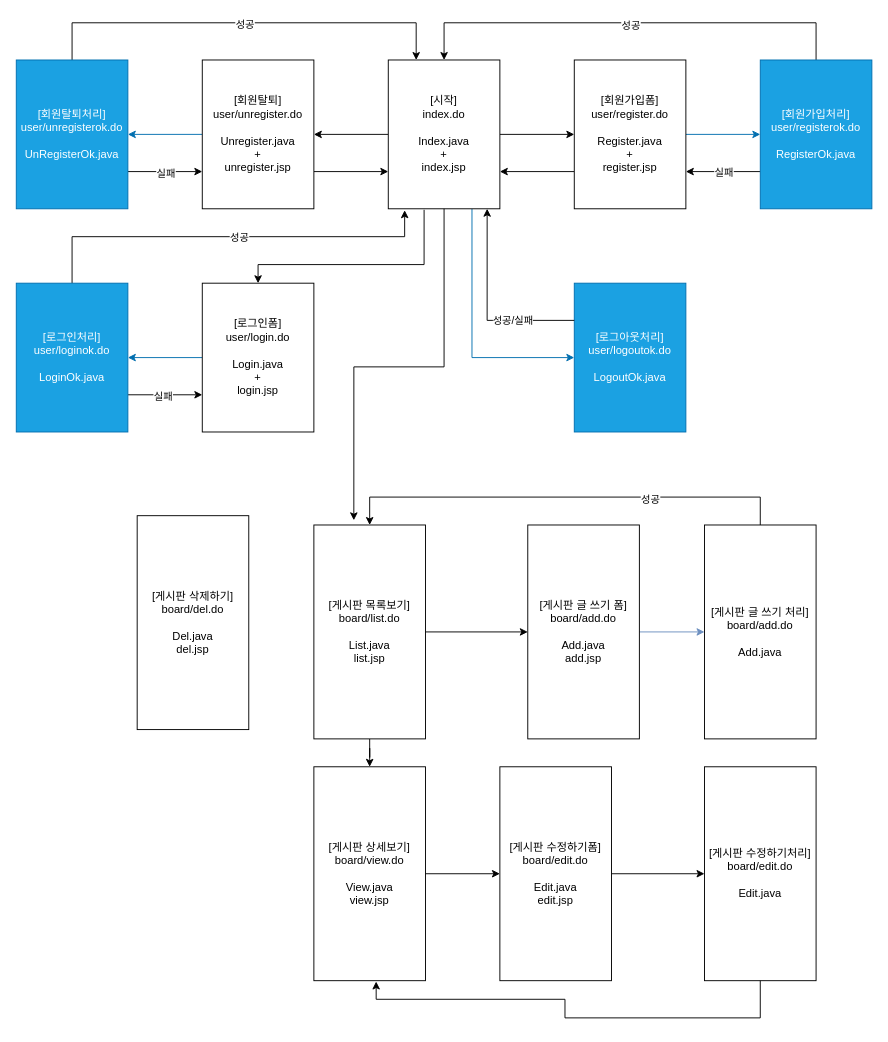
juniel1299/servlet_aca keeps this draw.io diagram as toy/toy.drawio. Above is the earlier version. Source tidied: cells renumbered, new cells numbered last; positions are measured from the earlier drawing's top-left corner, leaving out a move shared by most shapes. Both pictures are drawn from the tidied source at 93%, with x=0, y=0 at pixel (16, 22).
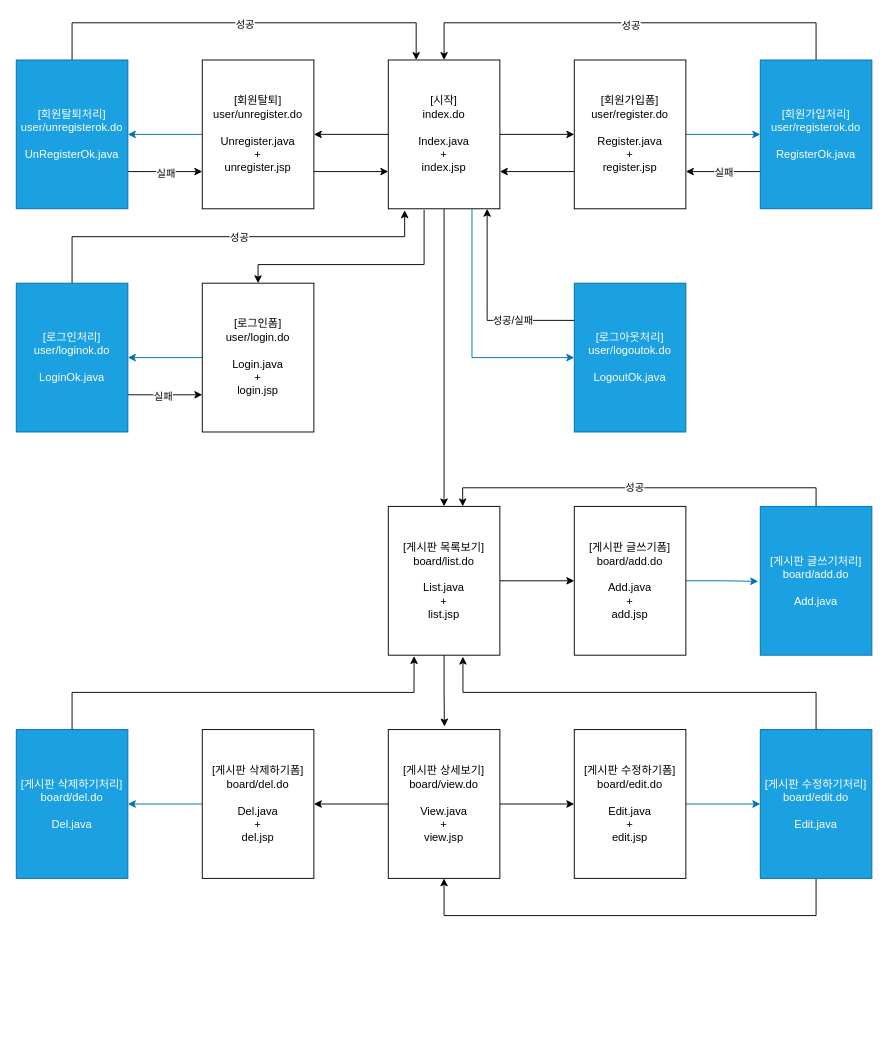
Above is the later version.

Unchanged cells that the change refers to:
```xml
<mxCell id="6" value="&lt;div&gt;[시작]&lt;/div&gt;&lt;div&gt;index.do&lt;/div&gt;&lt;div&gt;&lt;br&gt;&lt;/div&gt;Index.java&lt;div&gt;+&lt;br&gt;&lt;div&gt;index.jsp&lt;/div&gt;&lt;/div&gt;" style="whiteSpace=wrap;html=1;" parent="1" vertex="1">
  <mxGeometry x="400" y="40" width="120" height="160" as="geometry" />
</mxCell>
```

The edit, as a diff of the source:
```diff
@@
+    <mxCell id="49" style="edgeStyle=orthogonalEdgeStyle;rounded=0;jettySize=auto;html=1;exitX=0.5;exitY=1;exitDx=0;exitDy=0;entryX=0.5;entryY=0;entryDx=0;entryDy=0;" parent="1" edge="1" source="6" target="51">
+      <mxGeometry relative="1" as="geometry" />
+    </mxCell>
@@
-    <mxCell id="33" style="edgeStyle=orthogonalEdgeStyle;rounded=0;jettySize=auto;html=1;entryX=0;entryY=0.5;entryDx=0;entryDy=0;" parent="1" edge="1" source="35" target="37">
-      <mxGeometry relative="1" as="geometry" />
-    </mxCell>
-    <mxCell id="34" style="edgeStyle=orthogonalEdgeStyle;rounded=0;jettySize=auto;html=1;entryX=0.5;entryY=0;entryDx=0;entryDy=0;" parent="1" edge="1" source="35" target="42">
-      <mxGeometry relative="1" as="geometry" />
-    </mxCell>
-    <mxCell id="35" value="[게시판 목록보기]&lt;div&gt;board/list.do&lt;/div&gt;&lt;div&gt;&lt;br&gt;&lt;/div&gt;&lt;div&gt;List.java&lt;/div&gt;&lt;div&gt;list.jsp&lt;/div&gt;" style="rounded=0;whiteSpace=wrap;html=1;" parent="1" vertex="1">
-      <mxGeometry x="320" y="540" width="120" height="230" as="geometry" />
-    </mxCell>
-    <mxCell id="36" style="edgeStyle=orthogonalEdgeStyle;rounded=0;jettySize=auto;html=1;entryX=0;entryY=0.5;entryDx=0;entryDy=0;fillColor=#dae8fc;strokeColor=#6c8ebf;" parent="1" edge="1" source="37" target="40">
-      <mxGeometry relative="1" as="geometry" />
-    </mxCell>
-    <mxCell id="37" value="[게시판 글 쓰기 폼]&lt;div&gt;board/add.do&lt;/div&gt;&lt;div&gt;&lt;br&gt;&lt;/div&gt;&lt;div&gt;Add.java&lt;/div&gt;&lt;div&gt;add.jsp&lt;/div&gt;" style="rounded=0;whiteSpace=wrap;html=1;" parent="1" vertex="1">
-      <mxGeometry x="550" y="540" width="120" height="230" as="geometry" />
-    </mxCell>
-    <mxCell id="38" style="edgeStyle=orthogonalEdgeStyle;rounded=0;jettySize=auto;html=1;entryX=0.5;entryY=0;entryDx=0;entryDy=0;" parent="1" edge="1" source="40" target="35">
-      <mxGeometry relative="1" as="geometry">
-        <Array as="points">
-          <mxPoint x="800" y="510" />
-          <mxPoint x="380" y="510" />
-        </Array>
-      </mxGeometry>
-    </mxCell>
+    <mxCell id="50" style="edgeStyle=orthogonalEdgeStyle;rounded=0;jettySize=auto;html=1;exitX=1;exitY=0.5;exitDx=0;exitDy=0;entryX=0;entryY=0.5;entryDx=0;entryDy=0;" parent="1" edge="1" source="51" target="52">
+      <mxGeometry relative="1" as="geometry" />
+    </mxCell>
+    <mxCell id="51" value="&lt;div&gt;[게시판 목록보기]&lt;/div&gt;&lt;div&gt;board/list.do&lt;/div&gt;&lt;div&gt;&lt;br&gt;&lt;/div&gt;List.java&lt;div&gt;+&lt;br&gt;&lt;div&gt;list.jsp&lt;/div&gt;&lt;/div&gt;" style="whiteSpace=wrap;html=1;" parent="1" vertex="1">
+      <mxGeometry x="400" y="520" width="120" height="160" as="geometry" />
+    </mxCell>
+    <mxCell id="52" value="&lt;div&gt;[게시판 글쓰기폼]&lt;/div&gt;&lt;div&gt;&lt;span style=&quot;background-color: initial;&quot;&gt;board/add.do&lt;/span&gt;&lt;/div&gt;&lt;div&gt;&lt;br&gt;&lt;/div&gt;Add.java&lt;div&gt;+&lt;br&gt;&lt;div&gt;add.jsp&lt;/div&gt;&lt;/div&gt;" style="whiteSpace=wrap;html=1;" parent="1" vertex="1">
+      <mxGeometry x="600" y="520" width="120" height="160" as="geometry" />
+    </mxCell>
+    <mxCell id="53" value="&lt;div&gt;[게시판 글쓰기처리]&lt;/div&gt;&lt;div&gt;&lt;span style=&quot;background-color: initial;&quot;&gt;board/add.do&lt;/span&gt;&lt;/div&gt;&lt;div&gt;&lt;br&gt;&lt;/div&gt;Add.java" style="whiteSpace=wrap;html=1;fillColor=#1ba1e2;fontColor=#ffffff;strokeColor=#006EAF;" parent="1" vertex="1">
+      <mxGeometry x="800" y="520" width="120" height="160" as="geometry" />
+    </mxCell>
+    <mxCell id="54" style="edgeStyle=orthogonalEdgeStyle;rounded=0;jettySize=auto;html=1;exitX=1;exitY=0.5;exitDx=0;exitDy=0;entryX=-0.019;entryY=0.504;entryDx=0;entryDy=0;entryPerimeter=0;fillColor=#1ba1e2;strokeColor=#006EAF;" parent="1" edge="1" source="52" target="53">
+      <mxGeometry relative="1" as="geometry" />
+    </mxCell>
+    <mxCell id="55" style="edgeStyle=orthogonalEdgeStyle;rounded=0;jettySize=auto;html=1;exitX=0.5;exitY=0;exitDx=0;exitDy=0;entryX=0.667;entryY=0;entryDx=0;entryDy=0;entryPerimeter=0;" parent="1" edge="1" source="53" target="51">
+      <mxGeometry relative="1" as="geometry" />
+    </mxCell>
-    <mxCell id="39" value="성공" style="edgeLabel;html=1;align=center;verticalAlign=middle;" parent="38" vertex="1">
-      <mxGeometry x="-0.38" y="2" relative="1" as="geometry" />
+    <mxCell id="39" value="성공" style="edgeLabel;html=1;align=center;verticalAlign=middle;" parent="55" vertex="1">
+      <mxGeometry x="0.03" y="-1" relative="1" as="geometry" />
     </mxCell>
-    <mxCell id="40" value="[게시판 글 쓰기 처리]&lt;div&gt;board/add.do&lt;/div&gt;&lt;div&gt;&lt;br&gt;&lt;/div&gt;&lt;div&gt;Add.java&lt;/div&gt;" style="rounded=0;whiteSpace=wrap;html=1;" parent="1" vertex="1">
-      <mxGeometry x="740" y="540" width="120" height="230" as="geometry" />
-    </mxCell>
-    <mxCell id="41" style="edgeStyle=orthogonalEdgeStyle;rounded=0;jettySize=auto;html=1;entryX=0;entryY=0.5;entryDx=0;entryDy=0;" parent="1" edge="1" source="42" target="44">
-      <mxGeometry relative="1" as="geometry" />
-    </mxCell>
-    <mxCell id="42" value="[게시판 상세보기]&lt;div&gt;board/view.do&lt;/div&gt;&lt;div&gt;&lt;br&gt;&lt;/div&gt;&lt;div&gt;View.java&lt;/div&gt;&lt;div&gt;view.jsp&lt;/div&gt;" style="rounded=0;whiteSpace=wrap;html=1;" parent="1" vertex="1">
-      <mxGeometry x="320" y="800" width="120" height="230" as="geometry" />
-    </mxCell>
-    <mxCell id="43" style="edgeStyle=orthogonalEdgeStyle;rounded=0;jettySize=auto;html=1;entryX=0;entryY=0.5;entryDx=0;entryDy=0;" parent="1" edge="1" source="44" target="45">
-      <mxGeometry relative="1" as="geometry" />
-    </mxCell>
-    <mxCell id="44" value="[게시판 수정하기폼]&lt;div&gt;board/edit.do&lt;/div&gt;&lt;div&gt;&lt;br&gt;&lt;/div&gt;&lt;div&gt;Edit.java&lt;/div&gt;&lt;div&gt;edit.jsp&lt;/div&gt;" style="rounded=0;whiteSpace=wrap;html=1;" parent="1" vertex="1">
-      <mxGeometry x="520" y="800" width="120" height="230" as="geometry" />
-    </mxCell>
+    <mxCell id="56" style="edgeStyle=orthogonalEdgeStyle;rounded=0;jettySize=auto;html=1;exitX=1;exitY=0.5;exitDx=0;exitDy=0;entryX=0;entryY=0.5;entryDx=0;entryDy=0;" parent="1" edge="1" source="57" target="60">
+      <mxGeometry relative="1" as="geometry" />
+    </mxCell>
+    <mxCell id="57" value="&lt;div&gt;[게시판 상세보기]&lt;/div&gt;&lt;div&gt;board/view.do&lt;/div&gt;&lt;div&gt;&lt;br&gt;&lt;/div&gt;View.java&lt;div&gt;+&lt;br&gt;&lt;div&gt;view.jsp&lt;/div&gt;&lt;/div&gt;" style="whiteSpace=wrap;html=1;" parent="1" vertex="1">
+      <mxGeometry x="400" y="760" width="120" height="160" as="geometry" />
+    </mxCell>
+    <mxCell id="58" style="edgeStyle=orthogonalEdgeStyle;rounded=0;jettySize=auto;html=1;exitX=0.5;exitY=1;exitDx=0;exitDy=0;entryX=0.503;entryY=-0.021;entryDx=0;entryDy=0;entryPerimeter=0;" parent="1" edge="1" source="51" target="57">
+      <mxGeometry relative="1" as="geometry" />
+    </mxCell>
+    <mxCell id="59" style="edgeStyle=orthogonalEdgeStyle;rounded=0;jettySize=auto;html=1;exitX=1;exitY=0.5;exitDx=0;exitDy=0;entryX=0;entryY=0.5;entryDx=0;entryDy=0;fillColor=#1ba1e2;strokeColor=#006EAF;" parent="1" edge="1" source="60" target="45">
+      <mxGeometry relative="1" as="geometry" />
+    </mxCell>
+    <mxCell id="60" value="&lt;div&gt;[게시판 수정하기폼]&lt;/div&gt;&lt;div&gt;board/edit.do&lt;/div&gt;&lt;div&gt;&lt;br&gt;&lt;/div&gt;Edit.java&lt;div&gt;+&lt;br&gt;&lt;div&gt;edit.jsp&lt;/div&gt;&lt;/div&gt;" style="whiteSpace=wrap;html=1;" parent="1" vertex="1">
+      <mxGeometry x="600" y="760" width="120" height="160" as="geometry" />
+    </mxCell>
+    <mxCell id="61" style="edgeStyle=orthogonalEdgeStyle;rounded=0;jettySize=auto;html=1;exitX=0.5;exitY=1;exitDx=0;exitDy=0;entryX=0.5;entryY=1;entryDx=0;entryDy=0;" parent="1" edge="1" source="45" target="57">
+      <mxGeometry relative="1" as="geometry">
+        <Array as="points">
+          <mxPoint x="860" y="960" />
+          <mxPoint x="460" y="960" />
+        </Array>
+      </mxGeometry>
+    </mxCell>
-    <mxCell id="45" value="[게시판 수정하기처리]&lt;div&gt;board/edit.do&lt;/div&gt;&lt;div&gt;&lt;br&gt;&lt;/div&gt;&lt;div&gt;Edit.java&lt;/div&gt;" style="rounded=0;whiteSpace=wrap;html=1;" parent="1" vertex="1">
-      <mxGeometry x="740" y="800" width="120" height="230" as="geometry" />
+    <mxCell id="45" value="&lt;div&gt;[게시판 수정하기처리]&lt;/div&gt;&lt;div&gt;board/edit.do&lt;/div&gt;&lt;div&gt;&lt;br&gt;&lt;/div&gt;Edit.java" style="whiteSpace=wrap;html=1;fillColor=#1ba1e2;fontColor=#ffffff;strokeColor=#006EAF;" parent="1" vertex="1">
+      <mxGeometry x="800" y="760" width="120" height="160" as="geometry" />
     </mxCell>
-    <mxCell id="46" style="edgeStyle=orthogonalEdgeStyle;rounded=0;jettySize=auto;html=1;entryX=0.558;entryY=1.004;entryDx=0;entryDy=0;entryPerimeter=0;" parent="1" edge="1" source="45" target="42">
-      <mxGeometry relative="1" as="geometry">
-        <Array as="points">
-          <mxPoint x="800" y="1070" />
-          <mxPoint x="590" y="1070" />
-          <mxPoint x="590" y="1050" />
-          <mxPoint x="387" y="1050" />
-        </Array>
-      </mxGeometry>
-    </mxCell>
-    <mxCell id="47" style="edgeStyle=orthogonalEdgeStyle;rounded=0;jettySize=auto;html=1;entryX=0.358;entryY=-0.022;entryDx=0;entryDy=0;entryPerimeter=0;" parent="1" edge="1" source="6" target="35">
-      <mxGeometry relative="1" as="geometry" />
-    </mxCell>
-    <mxCell id="48" value="[게시판 삭제하기]&lt;div&gt;board/del.do&lt;/div&gt;&lt;div&gt;&lt;br&gt;&lt;/div&gt;&lt;div&gt;Del.java&lt;/div&gt;&lt;div&gt;del.jsp&lt;/div&gt;" style="rounded=0;whiteSpace=wrap;html=1;" parent="1" vertex="1">
-      <mxGeometry x="130" y="530" width="120" height="230" as="geometry" />
-    </mxCell>
+    <mxCell id="62" style="edgeStyle=orthogonalEdgeStyle;rounded=0;jettySize=auto;html=1;exitX=0.5;exitY=0;exitDx=0;exitDy=0;entryX=0.669;entryY=1.01;entryDx=0;entryDy=0;entryPerimeter=0;" parent="1" edge="1" source="45" target="51">
+      <mxGeometry relative="1" as="geometry" />
+    </mxCell>
+    <mxCell id="63" style="edgeStyle=orthogonalEdgeStyle;rounded=0;jettySize=auto;html=1;exitX=0;exitY=0.5;exitDx=0;exitDy=0;entryX=1;entryY=0.5;entryDx=0;entryDy=0;fillColor=#1ba1e2;strokeColor=#006EAF;" parent="1" edge="1" source="64" target="66">
+      <mxGeometry relative="1" as="geometry" />
+    </mxCell>
+    <mxCell id="64" value="&lt;div&gt;[게시판 삭제하기폼]&lt;/div&gt;&lt;div&gt;board/del.do&lt;/div&gt;&lt;div&gt;&lt;br&gt;&lt;/div&gt;Del.java&lt;div&gt;+&lt;br&gt;&lt;div&gt;del.jsp&lt;/div&gt;&lt;/div&gt;" style="whiteSpace=wrap;html=1;" parent="1" vertex="1">
+      <mxGeometry x="200" y="760" width="120" height="160" as="geometry" />
+    </mxCell>
+    <mxCell id="65" style="edgeStyle=orthogonalEdgeStyle;rounded=0;jettySize=auto;html=1;exitX=0;exitY=0.5;exitDx=0;exitDy=0;entryX=1;entryY=0.5;entryDx=0;entryDy=0;" parent="1" edge="1" source="57" target="64">
+      <mxGeometry relative="1" as="geometry" />
+    </mxCell>
+    <mxCell id="66" value="&lt;div&gt;[게시판 삭제하기처리]&lt;/div&gt;&lt;div&gt;board/del.do&lt;/div&gt;&lt;div&gt;&lt;br&gt;&lt;/div&gt;Del.java" style="whiteSpace=wrap;html=1;fillColor=#1ba1e2;fontColor=#ffffff;strokeColor=#006EAF;" parent="1" vertex="1">
+      <mxGeometry y="760" width="120" height="160" as="geometry" />
+    </mxCell>
+    <mxCell id="67" style="edgeStyle=orthogonalEdgeStyle;rounded=0;jettySize=auto;html=1;exitX=0.5;exitY=0;exitDx=0;exitDy=0;entryX=0.231;entryY=1.006;entryDx=0;entryDy=0;entryPerimeter=0;" parent="1" edge="1" source="66" target="51">
+      <mxGeometry relative="1" as="geometry" />
+    </mxCell>
```
